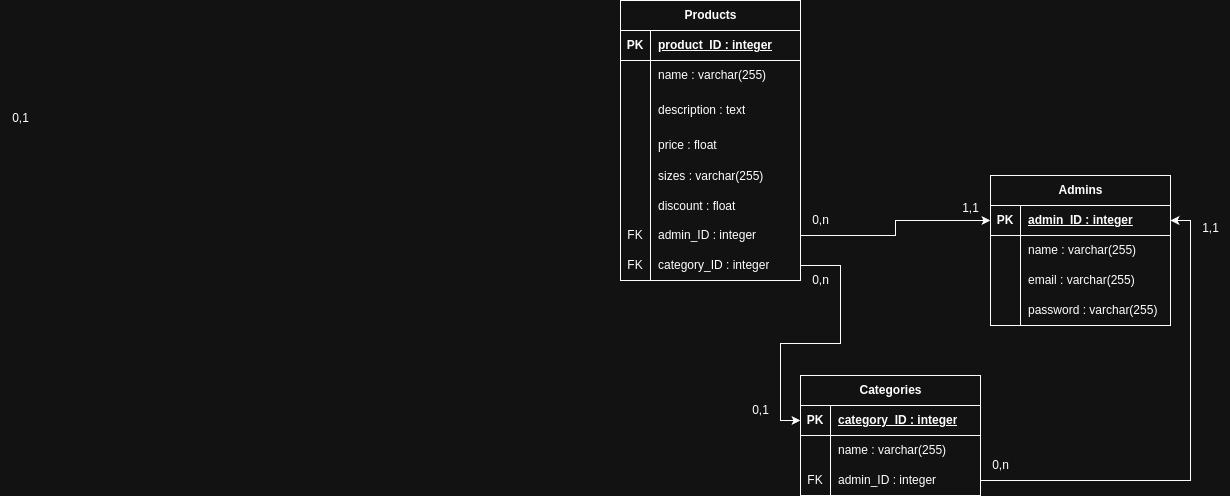
The draw.io diagram docs/db/KpEsportes_DB_MR.png in Alysson-Chrysthian/Kp-Esportes_Backend, before a commit. Source tidied: cells renumbered, new cells last; positions are measured from the earlier drawing's top-left corner, leaving out a move shared by most shapes.
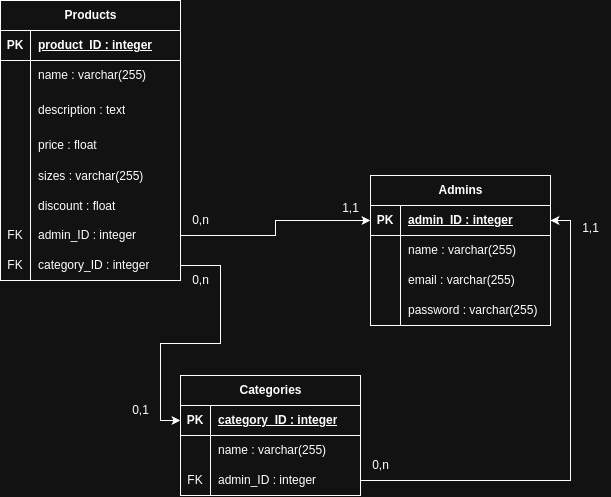
Above is the later version.

What changed in the source:
```diff
@@ -180,8 +180,5 @@
     <mxCell id="58" value="0,n" style="text;html=1;align=center;verticalAlign=middle;strokeColor=none;fillColor=none;" parent="1" vertex="1">
       <mxGeometry x="980" y="450" width="40" height="30" as="geometry" />
     </mxCell>
-    <mxCell id="59" value="0,1" style="text;html=1;align=center;verticalAlign=middle;strokeColor=none;fillColor=none;" parent="1" vertex="1">
-      <mxGeometry y="103" width="40" height="30" as="geometry" />
-    </mxCell>
   </root>
 </mxGraphModel>
```
